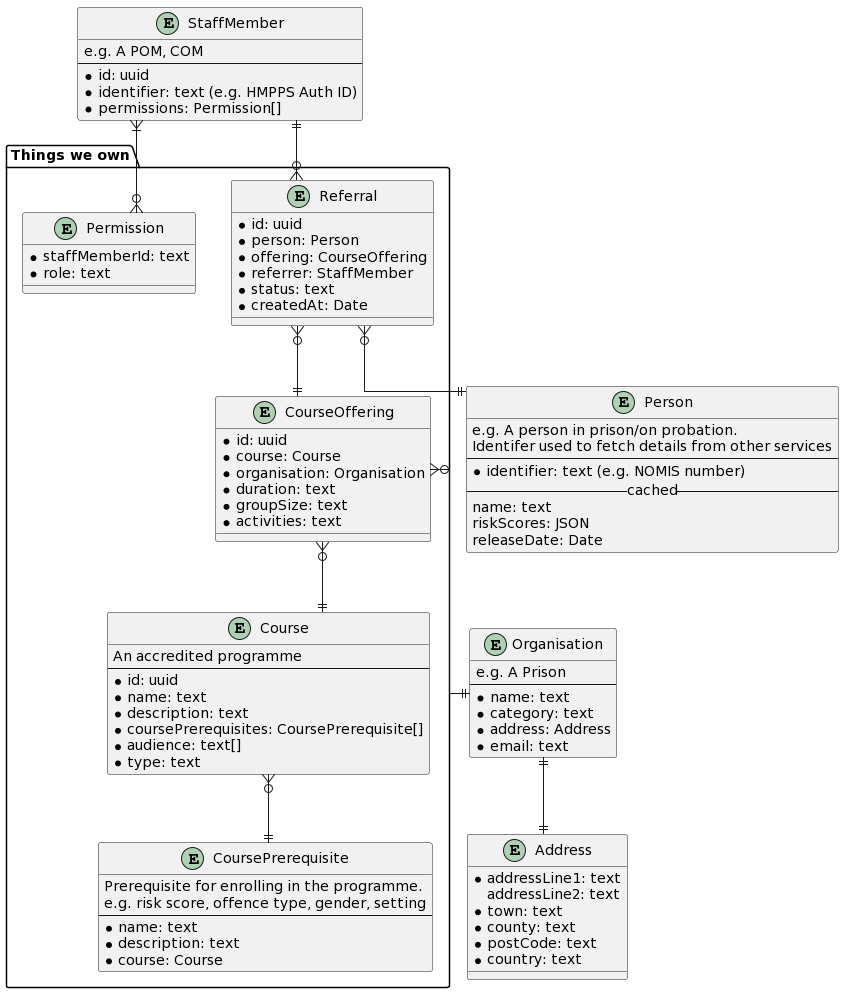
ministryofjustice/hmpps-accredited-programmes-api keeps this PlantUML diagram as doc/architecture/diagrams/data-structures/courses-organisations-people-referrals.png. Above is the earlier version.
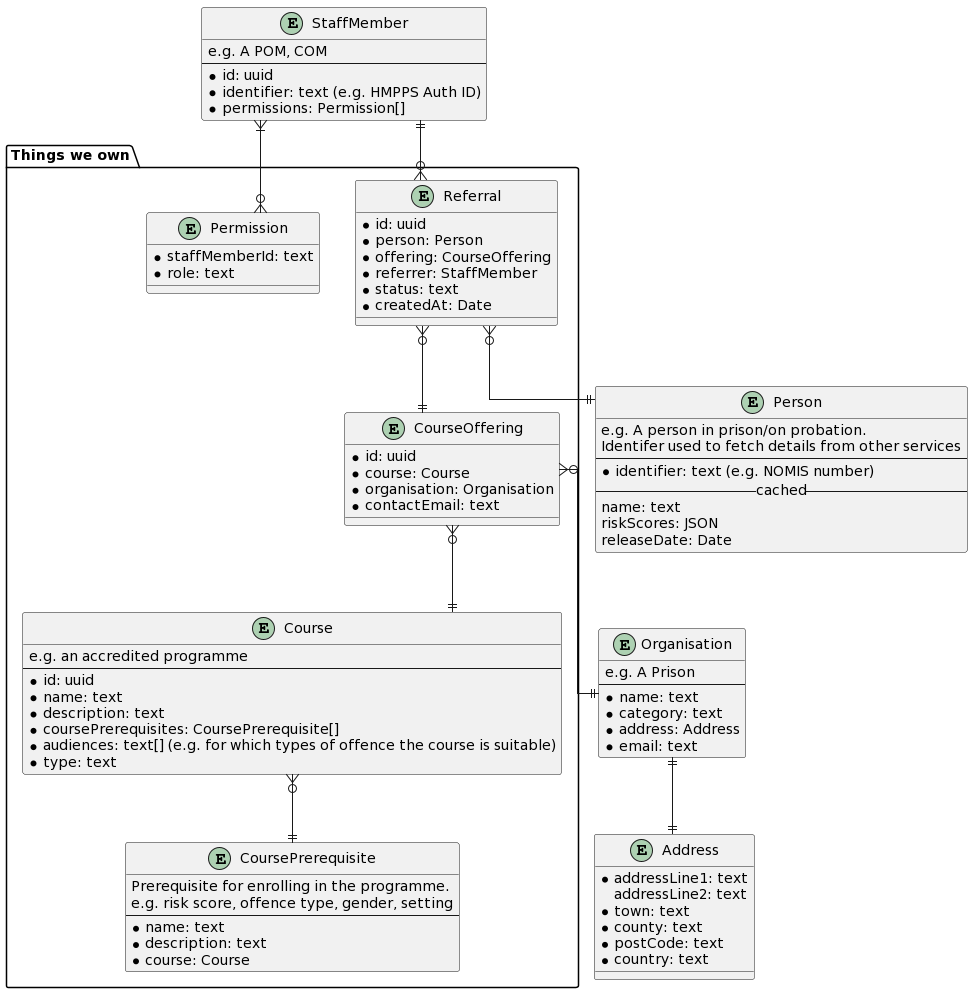
After the change.

Commit message:
Update data structure diagram

We've removed some fields from our designs for now, made `audience`
plural and introduced a `contactEmail` field on the `CourseOffering`.

Diff of the diagram source:
```diff
@@ -3,13 +3,13 @@
 
 package "Things we own" {
 entity Course {
-  An accredited programme
+  e.g. an accredited programme
   --
   * id: uuid
   * name: text
   * description: text
   * coursePrerequisites: CoursePrerequisite[]
-  * audience: text[]
+  * audiences: text[] (e.g. for which types of offence the course is suitable)
   * type: text
 }
 
@@ -26,9 +26,7 @@
   * id: uuid
   * course: Course
   * organisation: Organisation
-  * duration: text
-  * groupSize: text
-  * activities: text
+  * contactEmail: text
 }
 
 entity Referral {
```
